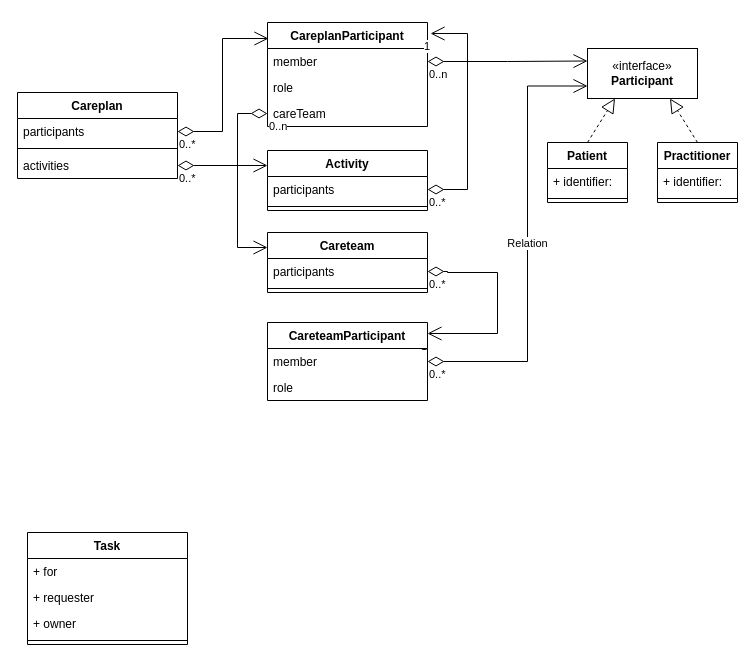
Earlier version of the draw.io diagram topics/KT1 to KT2_migration.drawio (Koppeltaal/Koppeltaal-2.0-Specificaties-en-Architectuur). Source tidied: cells renumbered, new cells numbered last; positions are measured from the earlier drawing's top-left corner, leaving out a move shared by most shapes. Both pictures are drawn from the tidied source at 100%, with x=0, y=0 at pixel (17, 22).
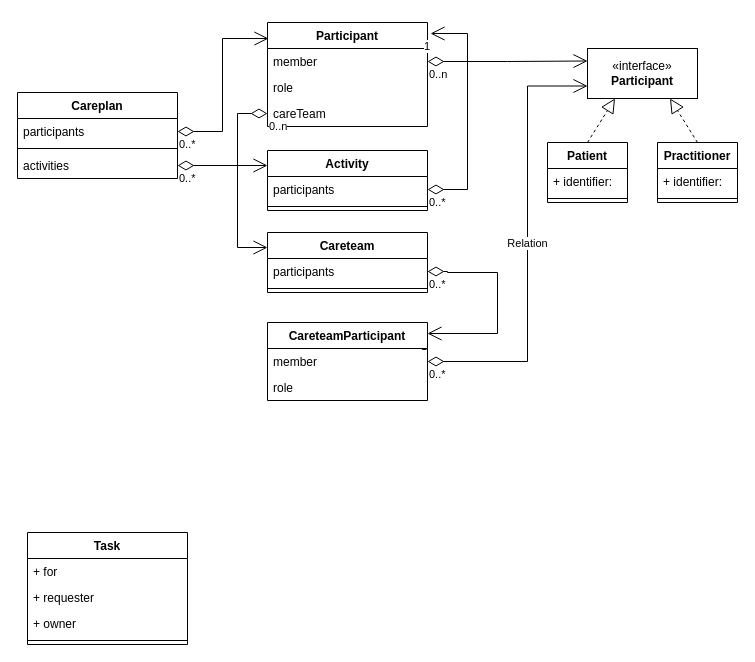
Above is the later version.

The edit, as a diff of the source:
```diff
@@
-    <mxCell id="6" value="CareplanParticipant" style="swimlane;fontStyle=1;align=center;verticalAlign=top;horizontal=1;startSize=26;whiteSpace=wrap;html=1;" parent="1" vertex="1">
+    <mxCell id="6" value="Participant" style="swimlane;fontStyle=1;align=center;verticalAlign=top;horizontal=1;startSize=26;whiteSpace=wrap;html=1;" parent="1" vertex="1">
       <mxGeometry x="250" width="160" height="104" as="geometry" />
     </mxCell>
```
